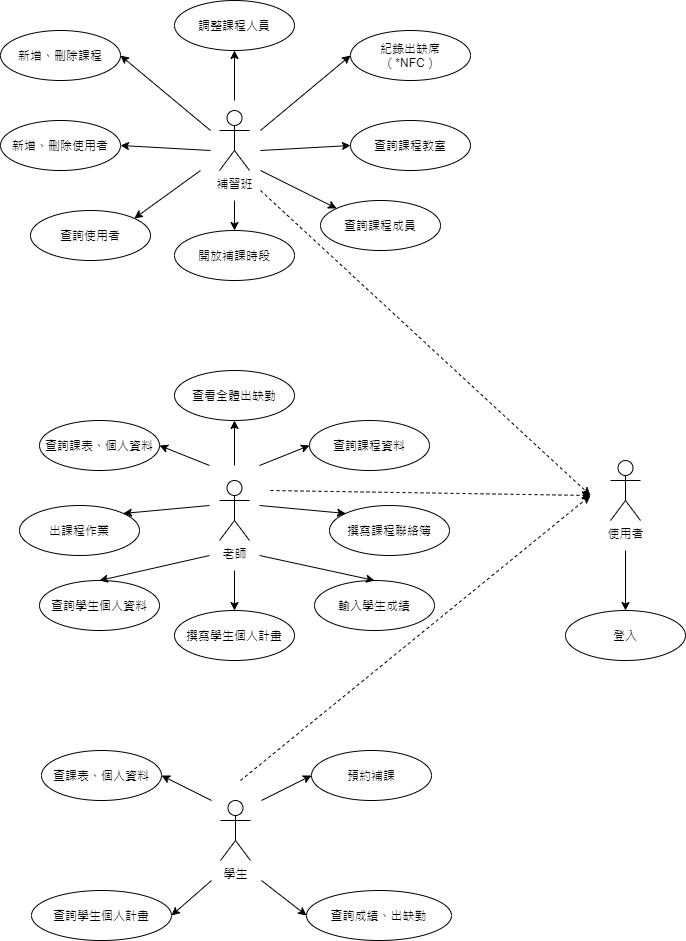
The draw.io diagram 軟體開發文件/使用案例圖.png in LiaozhiCheng/CramSchoolApp, before a commit. Source tidied: cells renumbered, new cells last; positions are measured from the earlier drawing's top-left corner, leaving out a move shared by most shapes.
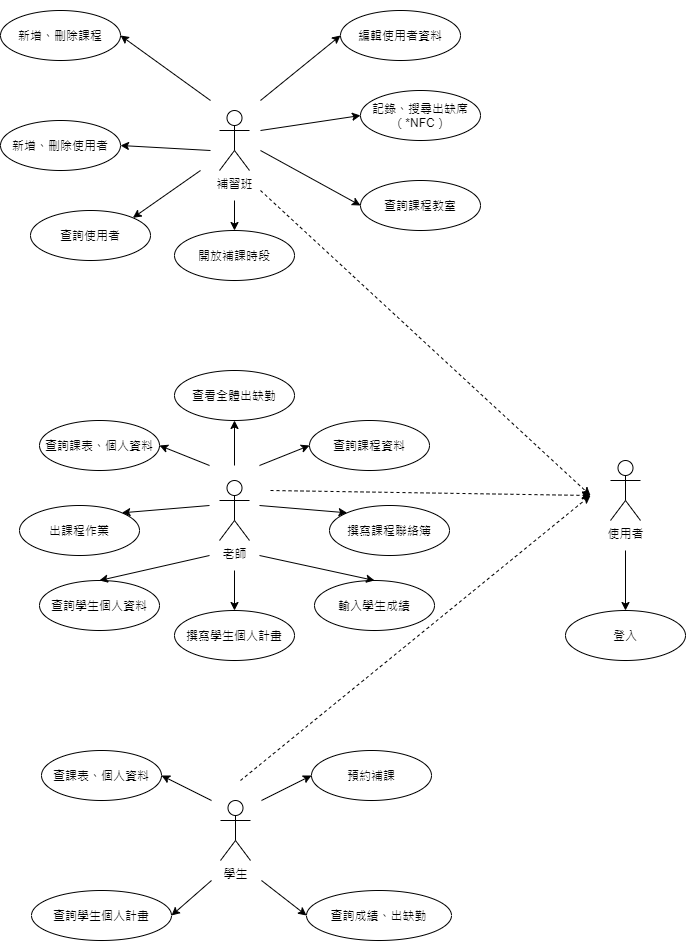
After the commit.

Commit message:
Update 使用案例圖.png/使用案例圖.drawio

Change to the diagram source:
```diff
@@ -5,11 +5,6 @@
     <mxCell id="2" style="group;" parent="1" vertex="1">
       <mxGeometry width="470" height="290" as="geometry" />
     </mxCell>
-    <mxCell id="3" style="edgeStyle=orthogonalEdgeStyle;rounded=0;jettySize=auto;html=1;entryX=0.5;entryY=1;entryDx=0;entryDy=0;" parent="2" edge="1" target="7">
-      <mxGeometry relative="1" as="geometry">
-        <mxPoint x="234" y="100" as="sourcePoint" />
-      </mxGeometry>
-    </mxCell>
     <mxCell id="4" value="補習班" style="shape=umlActor;verticalLabelPosition=bottom;verticalAlign=top;html=1;" parent="2" vertex="1">
       <mxGeometry x="219" y="110" width="30" height="60" as="geometry" />
     </mxCell>
@@ -17,16 +12,16 @@
       <mxGeometry y="120" width="120" height="50" as="geometry" />
     </mxCell>
     <mxCell id="6" value="新增、刪除課程" style="ellipse;whiteSpace=wrap;html=1;" parent="2" vertex="1">
-      <mxGeometry y="30" width="120" height="50" as="geometry" />
+      <mxGeometry y="10" width="120" height="50" as="geometry" />
     </mxCell>
-    <mxCell id="7" value="調整課程人員" style="ellipse;whiteSpace=wrap;html=1;" parent="2" vertex="1">
-      <mxGeometry x="174" width="120" height="50" as="geometry" />
+    <mxCell id="7" value="編輯使用者資料" style="ellipse;whiteSpace=wrap;html=1;" parent="2" vertex="1">
+      <mxGeometry x="340" y="10" width="120" height="50" as="geometry" />
     </mxCell>
-    <mxCell id="8" value="紀錄出缺席&lt;br&gt;（*NFC）" style="ellipse;whiteSpace=wrap;html=1;" parent="2" vertex="1">
-      <mxGeometry x="350" y="30" width="120" height="50" as="geometry" />
+    <mxCell id="8" value="記錄、搜尋出缺席&lt;br&gt;（*NFC）" style="ellipse;whiteSpace=wrap;html=1;" parent="2" vertex="1">
+      <mxGeometry x="360" y="90" width="120" height="50" as="geometry" />
     </mxCell>
     <mxCell id="9" value="查詢課程教室" style="ellipse;whiteSpace=wrap;html=1;" parent="2" vertex="1">
-      <mxGeometry x="350" y="120" width="120" height="50" as="geometry" />
+      <mxGeometry x="360" y="180" width="120" height="50" as="geometry" />
     </mxCell>
     <mxCell id="10" value="開放補課時段" style="ellipse;whiteSpace=wrap;html=1;" parent="2" vertex="1">
       <mxGeometry x="174" y="230" width="120" height="50" as="geometry" />
@@ -38,7 +33,7 @@
     </mxCell>
     <mxCell id="12" style="endArrow=classic;html=1;entryX=1;entryY=0.5;entryDx=0;entryDy=0;" parent="2" edge="1" target="6">
       <mxGeometry relative="1" as="geometry">
-        <mxPoint x="210" y="130" as="sourcePoint" />
+        <mxPoint x="210" y="100" as="sourcePoint" />
       </mxGeometry>
     </mxCell>
     <mxCell id="13" style="endArrow=classic;html=1;entryX=0;entryY=0.5;entryDx=0;entryDy=0;" parent="2" edge="1" target="9">
@@ -56,9 +51,6 @@
         <mxPoint x="234" y="200" as="sourcePoint" />
       </mxGeometry>
     </mxCell>
-    <mxCell id="16" value="查詢課程成員" style="ellipse;whiteSpace=wrap;html=1;" parent="2" vertex="1">
-      <mxGeometry x="320" y="200" width="120" height="50" as="geometry" />
-    </mxCell>
     <mxCell id="17" value="查詢使用者" style="ellipse;whiteSpace=wrap;html=1;" parent="2" vertex="1">
       <mxGeometry x="30" y="210" width="120" height="50" as="geometry" />
     </mxCell>
@@ -67,11 +59,11 @@
         <mxPoint x="200" y="170" as="sourcePoint" />
       </mxGeometry>
     </mxCell>
-    <mxCell id="19" style="endArrow=classic;html=1;entryX=0;entryY=0;entryDx=0;entryDy=0;" parent="2" edge="1" target="16">
-      <mxGeometry relative="1" as="geometry">
-        <mxPoint x="260" y="170" as="sourcePoint" />
-      </mxGeometry>
-    </mxCell>
+    <mxCell id="54" style="endArrow=classic;html=1;entryX=0;entryY=0.5;entryDx=0;entryDy=0;" parent="2" edge="1" target="7">
+      <mxGeometry relative="1" as="geometry">
+        <mxPoint x="260" y="100" as="sourcePoint" />
+      </mxGeometry>
+    </mxCell>
     <mxCell id="20" style="group;" parent="1" vertex="1">
       <mxGeometry x="19" y="370" width="469" height="290" as="geometry" />
     </mxCell>
```
